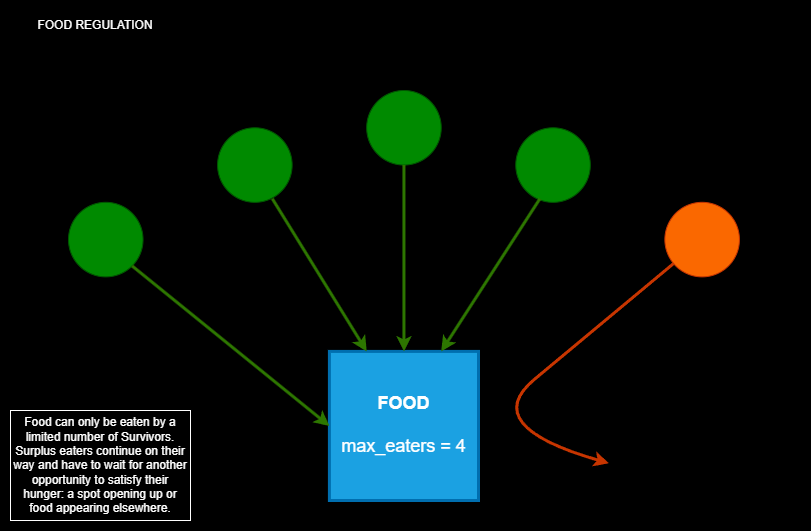
The draw.io diagram assets/md_images/food.png in Kartmaan/survival-simulator, before a commit. Source tidied: cells renumbered, new cells last; positions are measured from the earlier drawing's top-left corner, leaving out a move shared by most shapes. Source of this version:
```xml
<mxGraphModel>
  <root>
    <mxCell id="0" />
    <mxCell id="1" parent="0" />
    <mxCell id="2" style="whiteSpace=wrap;html=1;fillColor=#000000;" parent="1" vertex="1">
      <mxGeometry width="810" height="530" as="geometry" />
    </mxCell>
    <mxCell id="3" style="group;" parent="1" vertex="1">
      <mxGeometry x="68" y="90" width="670.9" height="410" as="geometry" />
    </mxCell>
    <mxCell id="4" value="&lt;font style=&quot;font-size: 18px;&quot;&gt;&lt;b&gt;FOOD&lt;/b&gt;&lt;br&gt;&lt;br&gt;max_eaters = 4&lt;br&gt;&lt;/font&gt;" style="whiteSpace=wrap;html=1;fillColor=#1ba1e2;strokeColor=#006EAF;fontColor=#ffffff;strokeWidth=3;" parent="3" vertex="1">
      <mxGeometry x="260.9" y="260.9" width="149.1" height="149.1" as="geometry" />
    </mxCell>
    <mxCell id="5" style="ellipse;whiteSpace=wrap;html=1;fillColor=#008a00;fontColor=#ffffff;strokeColor=#005700;" parent="3" vertex="1">
      <mxGeometry y="111.8" width="74.5" height="74.5" as="geometry" />
    </mxCell>
    <mxCell id="6" style="ellipse;whiteSpace=wrap;html=1;fillColor=#008a00;fontColor=#ffffff;strokeColor=#005700;" parent="3" vertex="1">
      <mxGeometry x="149.1" y="37.3" width="74.5" height="74.5" as="geometry" />
    </mxCell>
    <mxCell id="7" style="ellipse;whiteSpace=wrap;html=1;fillColor=#008a00;fontColor=#ffffff;strokeColor=#005700;" parent="3" vertex="1">
      <mxGeometry x="298.2" width="74.5" height="74.5" as="geometry" />
    </mxCell>
    <mxCell id="8" style="ellipse;whiteSpace=wrap;html=1;fillColor=#008a00;fontColor=#ffffff;strokeColor=#005700;" parent="3" vertex="1">
      <mxGeometry x="447.3" y="37.3" width="74.5" height="74.5" as="geometry" />
    </mxCell>
    <mxCell id="9" style="ellipse;whiteSpace=wrap;html=1;fillColor=#fa6800;fontColor=#000000;strokeColor=#C73500;" parent="3" vertex="1">
      <mxGeometry x="596.4" y="111.8" width="74.5" height="74.5" as="geometry" />
    </mxCell>
    <mxCell id="10" style="endArrow=classic;html=1;rounded=0;exitX=1;exitY=1;exitDx=0;exitDy=0;entryX=0;entryY=0.5;entryDx=0;entryDy=0;fillColor=#60a917;strokeColor=#2D7600;strokeWidth=3;" parent="3" edge="1" source="5" target="4">
      <mxGeometry relative="1" as="geometry" />
    </mxCell>
    <mxCell id="11" style="endArrow=classic;html=1;rounded=0;exitX=0.735;exitY=0.953;exitDx=0;exitDy=0;exitPerimeter=0;entryX=0.25;entryY=0;entryDx=0;entryDy=0;fillColor=#60a917;strokeColor=#2D7600;strokeWidth=3;" parent="3" edge="1" source="6" target="4">
      <mxGeometry relative="1" as="geometry" />
    </mxCell>
    <mxCell id="12" style="endArrow=classic;html=1;rounded=0;exitX=0.5;exitY=1;exitDx=0;exitDy=0;entryX=0.5;entryY=0;entryDx=0;entryDy=0;fillColor=#60a917;strokeColor=#2D7600;strokeWidth=3;" parent="3" edge="1" source="7" target="4">
      <mxGeometry relative="1" as="geometry" />
    </mxCell>
    <mxCell id="13" style="endArrow=classic;html=1;rounded=0;exitX=0.323;exitY=0.953;exitDx=0;exitDy=0;entryX=0.75;entryY=0;entryDx=0;entryDy=0;exitPerimeter=0;fillColor=#60a917;strokeColor=#2D7600;strokeWidth=3;" parent="3" edge="1" source="8" target="4">
      <mxGeometry relative="1" as="geometry" />
    </mxCell>
    <mxCell id="14" style="curved=1;endArrow=classic;html=1;rounded=0;fillColor=#fa6800;strokeColor=#C73500;strokeWidth=3;" parent="3" edge="1" source="9">
      <mxGeometry relative="1" as="geometry">
        <mxPoint x="540.5" y="372.7" as="targetPoint" />
        <Array as="points">
          <mxPoint x="521.8" y="242.3" />
          <mxPoint x="410" y="335.5" />
        </Array>
      </mxGeometry>
    </mxCell>
    <mxCell id="15" value="FOOD REGULATION" style="text;html=1;strokeColor=none;fillColor=none;align=center;verticalAlign=middle;whiteSpace=wrap;rounded=0;fontColor=#FFFFFF;" parent="1" vertex="1">
      <mxGeometry x="10" y="10" width="170" height="30" as="geometry" />
    </mxCell>
    <mxCell id="16" value="&lt;font color=&quot;#ffffff&quot;&gt;Food can only be eaten by a limited number of Survivors. Surplus eaters continue on their way and have to wait for another opportunity to satisfy their hunger: a spot opening up or food appearing elsewhere.&lt;/font&gt;" style="text;html=1;strokeColor=#FFFFFF;fillColor=none;align=center;verticalAlign=middle;whiteSpace=wrap;rounded=0;" parent="1" vertex="1">
      <mxGeometry x="10" y="410" width="180" height="110" as="geometry" />
    </mxCell>
  </root>
</mxGraphModel>
```
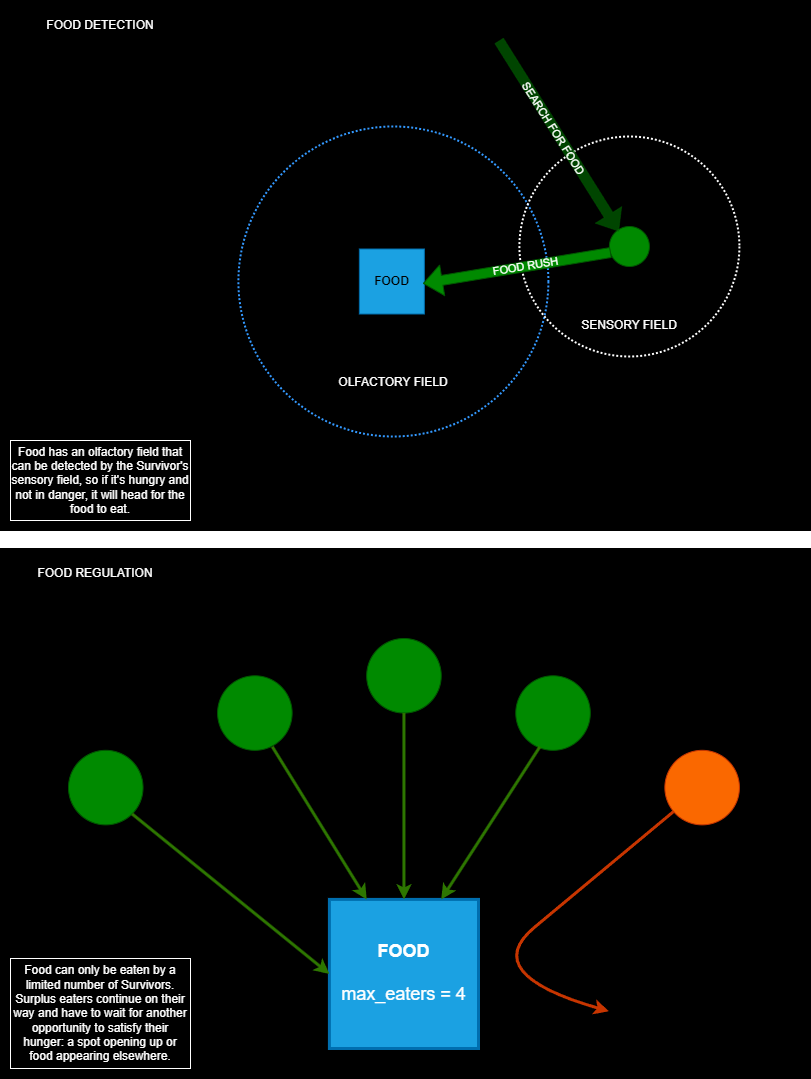
Above is the later version.

The edit, as a diff of the source:
```diff
@@ -53,5 +53,46 @@
     <mxCell id="16" value="&lt;font color=&quot;#ffffff&quot;&gt;Food can only be eaten by a limited number of Survivors. Surplus eaters continue on their way and have to wait for another opportunity to satisfy their hunger: a spot opening up or food appearing elsewhere.&lt;/font&gt;" style="text;html=1;strokeColor=#FFFFFF;fillColor=none;align=center;verticalAlign=middle;whiteSpace=wrap;rounded=0;" parent="1" vertex="1">
       <mxGeometry x="10" y="410" width="180" height="110" as="geometry" />
     </mxCell>
+    <mxCell id="17" style="whiteSpace=wrap;html=1;fillColor=#000000;" parent="1" vertex="1">
+      <mxGeometry y="-548" width="810" height="530" as="geometry" />
+    </mxCell>
+    <mxCell id="18" value="FOOD DETECTION" style="text;html=1;strokeColor=none;fillColor=none;align=center;verticalAlign=middle;whiteSpace=wrap;rounded=0;fontColor=#FFFFFF;" parent="1" vertex="1">
+      <mxGeometry x="15" y="-538" width="170" height="30" as="geometry" />
+    </mxCell>
+    <mxCell id="19" value="&lt;br&gt;&lt;font color=&quot;#ffffff&quot;&gt;&lt;br&gt;&lt;br&gt;&lt;br&gt;&lt;br&gt;&lt;br&gt;&lt;br&gt;&lt;br&gt;&lt;br&gt;&lt;br&gt;&lt;br&gt;&lt;br&gt;&lt;br&gt;&lt;br&gt;OLFACTORY FIELD&lt;br&gt;&lt;/font&gt;" style="ellipse;whiteSpace=wrap;html=1;fillColor=none;strokeColor=#3399FF;dashed=1;dashPattern=1 1;strokeWidth=2;" parent="1" vertex="1">
+      <mxGeometry x="237.9" y="-422" width="310" height="310" as="geometry" />
+    </mxCell>
+    <mxCell id="20" value="&lt;font color=&quot;#000000&quot;&gt;&lt;b&gt;FOOD&lt;/b&gt;&lt;/font&gt;" style="whiteSpace=wrap;html=1;fillColor=#1ba1e2;fontColor=#ffffff;strokeColor=#006EAF;" parent="1" vertex="1">
+      <mxGeometry x="358.9" y="-299.5" width="65" height="65" as="geometry" />
+    </mxCell>
+    <mxCell id="21" style="ellipse;whiteSpace=wrap;html=1;fillColor=#008a00;fontColor=#ffffff;strokeColor=#005700;" parent="1" vertex="1">
+      <mxGeometry x="608.9" y="-322" width="40" height="40" as="geometry" />
+    </mxCell>
+    <mxCell id="22" value="&lt;br&gt;&lt;font color=&quot;#ffffff&quot;&gt;&lt;br&gt;&lt;br&gt;&lt;br&gt;&lt;br&gt;&lt;br&gt;&lt;br&gt;&lt;br&gt;&lt;br&gt;&lt;br&gt;&lt;br&gt;SENSORY FIELD&lt;br&gt;&lt;/font&gt;" style="ellipse;whiteSpace=wrap;html=1;fillColor=none;strokeColor=#FFFFFF;dashed=1;dashPattern=1 1;strokeWidth=2;" parent="1" vertex="1">
+      <mxGeometry x="518.9" y="-412" width="220" height="220" as="geometry" />
+    </mxCell>
+    <mxCell id="23" style="shape=flexArrow;endArrow=classic;html=1;rounded=0;fillColor=#008a00;strokeColor=#005700;opacity=50;" parent="1" edge="1">
+      <mxGeometry relative="1" as="geometry">
+        <mxPoint x="498.4" y="-508" as="sourcePoint" />
+        <mxPoint x="618.4" y="-317" as="targetPoint" />
+      </mxGeometry>
+    </mxCell>
+    <mxCell id="24" value="SEARCH FOR FOOD" style="edgeLabel;html=1;align=center;verticalAlign=middle;rotation=57.8;labelBackgroundColor=none;fontColor=#FFFFFF;" parent="23" vertex="1">
+      <mxGeometry x="-0.09" relative="1" as="geometry" />
+    </mxCell>
+    <mxCell id="25" style="shape=flexArrow;endArrow=classic;html=1;rounded=0;fillColor=#008a00;strokeColor=#005700;" parent="1" edge="1">
+      <mxGeometry relative="1" as="geometry">
+        <mxPoint x="610.4" y="-296" as="sourcePoint" />
+        <mxPoint x="422.4" y="-265" as="targetPoint" />
+      </mxGeometry>
+    </mxCell>
+    <mxCell id="26" value="FOOD RUSH" style="edgeLabel;html=1;align=center;verticalAlign=middle;labelBackgroundColor=none;fontColor=#FFFFFF;rotation=-9.5;" parent="25" vertex="1">
+      <mxGeometry x="0.17" y="1" relative="1" as="geometry">
+        <mxPoint x="23" y="-5" as="offset" />
+      </mxGeometry>
+    </mxCell>
+    <mxCell id="27" value="&lt;font color=&quot;#ffffff&quot;&gt;Food has an olfactory field that can be detected by the Survivor's sensory field, so if it's hungry and not in danger, it will head for the food to eat.&lt;/font&gt;" style="text;html=1;strokeColor=#FFFFFF;fillColor=none;align=center;verticalAlign=middle;whiteSpace=wrap;rounded=0;" parent="1" vertex="1">
+      <mxGeometry x="10" y="-108" width="180" height="80" as="geometry" />
+    </mxCell>
   </root>
 </mxGraphModel>
```
